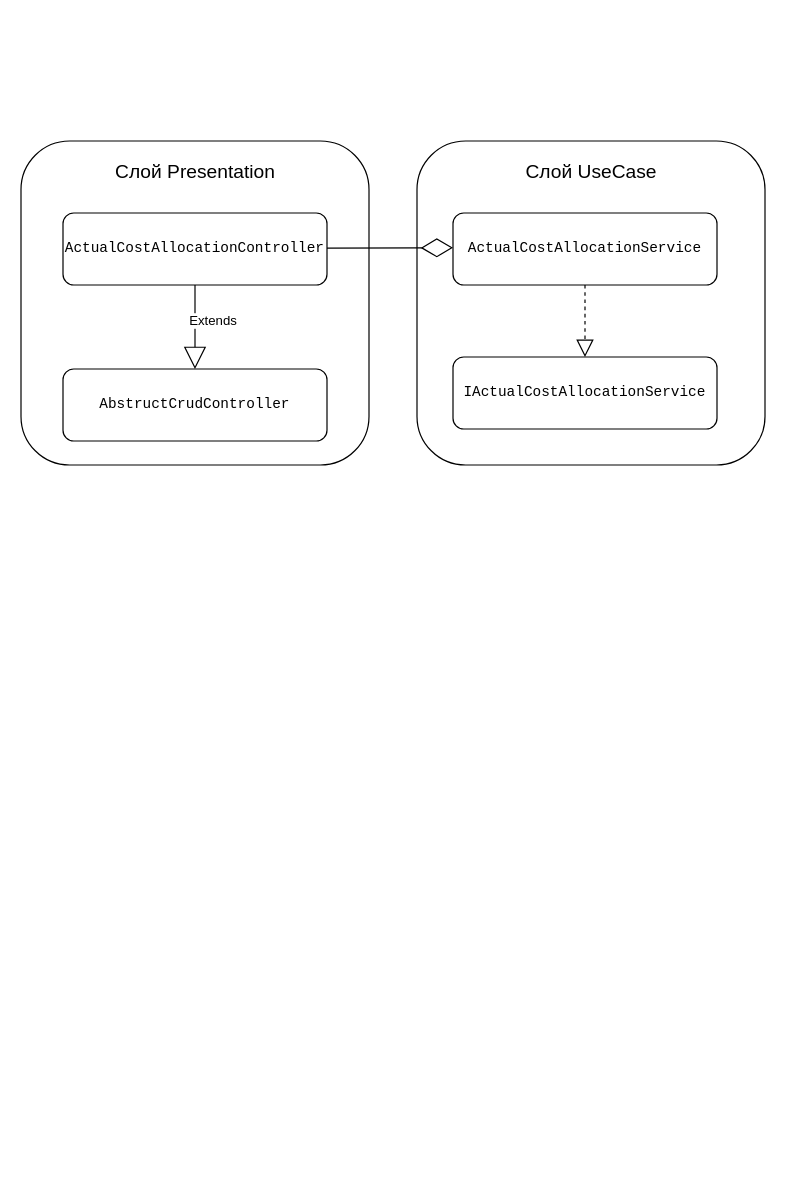
Before: бэкенд вкр.drawio in hiff0/db-city-council, a draw.io diagram. Source tidied: cells renumbered, new cells numbered last; positions are measured from the earlier drawing's top-left corner, leaving out a move shared by most shapes. Both pictures are drawn from the tidied source at 120%, with x=0, y=0 at pixel (20, 140).
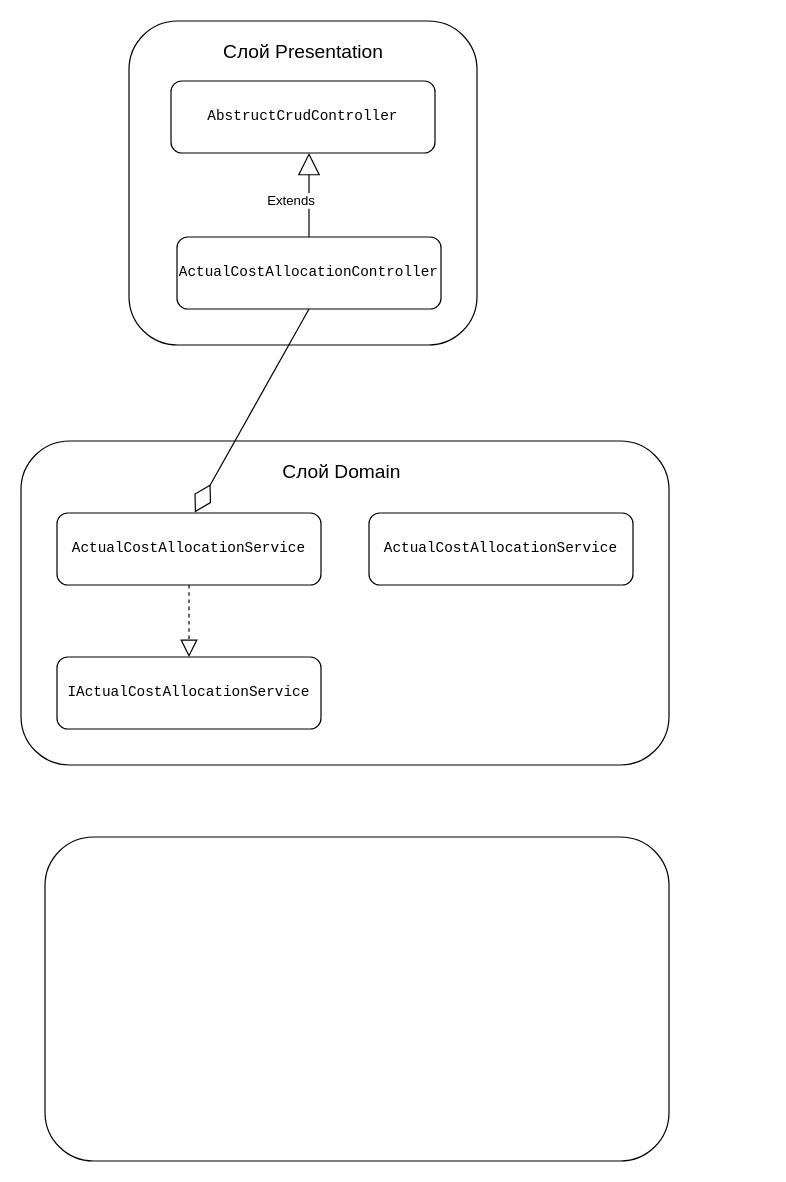
The same page after the edit.

Diff of the diagram source:
```diff
@@
 <mxGraphModel>
   <root>
     <mxCell id="0" />
     <mxCell id="1" parent="0" />
     <mxCell id="2" style="rounded=1;whiteSpace=wrap;html=1;fillColor=none;" parent="1" vertex="1">
-      <mxGeometry width="290" height="270" as="geometry" />
+      <mxGeometry x="90" y="-100" width="290" height="270" as="geometry" />
     </mxCell>
     <mxCell id="3" value="&lt;font style=&quot;font-size: 16px;&quot;&gt;Слой Presentation&lt;/font&gt;" style="text;html=1;align=center;verticalAlign=middle;whiteSpace=wrap;rounded=0;" parent="1" vertex="1">
-      <mxGeometry x="62.5" y="10" width="165" height="30" as="geometry" />
+      <mxGeometry x="152.5" y="-90" width="165" height="30" as="geometry" />
     </mxCell>
     <mxCell id="4" value="&lt;div style=&quot;&quot;&gt;&lt;pre style=&quot;font-family: &amp;quot;JetBrains Mono&amp;quot;, monospace;&quot;&gt;&lt;span style=&quot;background-color: rgb(255, 255, 255);&quot;&gt;ActualCostAllocationController&lt;/span&gt;&lt;/pre&gt;&lt;/div&gt;" style="rounded=1;whiteSpace=wrap;html=1;" parent="1" vertex="1">
-      <mxGeometry x="35" y="60" width="220" height="60" as="geometry" />
+      <mxGeometry x="130" y="80" width="220" height="60" as="geometry" />
     </mxCell>
-    <mxCell id="5" value="Extends" style="endArrow=block;endSize=16;endFill=0;html=1;rounded=0;exitX=0.5;exitY=1;exitDx=0;exitDy=0;entryX=0.5;entryY=0;entryDx=0;entryDy=0;" parent="1" edge="1" source="4" target="6">
-      <mxGeometry x="-0.14" y="15" relative="1" as="geometry" />
+    <mxCell id="5" value="Extends" style="endArrow=block;endSize=16;endFill=0;html=1;rounded=0;" parent="1" edge="1">
+      <mxGeometry x="-0.14" y="15" relative="1" as="geometry">
+        <mxPoint x="240" y="80" as="sourcePoint" />
+        <mxPoint x="240" y="10" as="targetPoint" />
+      </mxGeometry>
     </mxCell>
     <mxCell id="6" value="&lt;div style=&quot;&quot;&gt;&lt;pre style=&quot;font-family: &amp;quot;JetBrains Mono&amp;quot;, monospace;&quot;&gt;&lt;span style=&quot;background-color: rgb(255, 255, 255);&quot;&gt;AbstructCrudController&lt;/span&gt;&lt;/pre&gt;&lt;/div&gt;" style="rounded=1;whiteSpace=wrap;html=1;" parent="1" vertex="1">
-      <mxGeometry x="35" y="190" width="220" height="60" as="geometry" />
+      <mxGeometry x="125" y="-50" width="220" height="60" as="geometry" />
     </mxCell>
     <mxCell id="7" style="rounded=1;whiteSpace=wrap;html=1;fillColor=none;" parent="1" vertex="1">
-      <mxGeometry x="330" width="290" height="270" as="geometry" />
+      <mxGeometry y="250" width="540" height="270" as="geometry" />
     </mxCell>
-    <mxCell id="8" value="&lt;font style=&quot;font-size: 16px;&quot;&gt;Слой UseCase&lt;/font&gt;" style="text;html=1;align=center;verticalAlign=middle;whiteSpace=wrap;rounded=0;" parent="1" vertex="1">
-      <mxGeometry x="392.5" y="10" width="165" height="30" as="geometry" />
+    <mxCell id="8" value="&lt;font style=&quot;font-size: 16px;&quot;&gt;Слой Domain&lt;/font&gt;" style="text;html=1;align=center;verticalAlign=middle;whiteSpace=wrap;rounded=0;" parent="1" vertex="1">
+      <mxGeometry x="185" y="260" width="165" height="30" as="geometry" />
     </mxCell>
     <mxCell id="9" value="&lt;div style=&quot;&quot;&gt;&lt;pre style=&quot;font-family: &amp;quot;JetBrains Mono&amp;quot;, monospace;&quot;&gt;&lt;span style=&quot;background-color: rgb(255, 255, 255);&quot;&gt;ActualCostAllocationService&lt;/span&gt;&lt;/pre&gt;&lt;/div&gt;" style="rounded=1;whiteSpace=wrap;html=1;" parent="1" vertex="1">
-      <mxGeometry x="360" y="60" width="220" height="60" as="geometry" />
+      <mxGeometry x="30" y="310" width="220" height="60" as="geometry" />
     </mxCell>
     <mxCell id="10" value="&lt;div style=&quot;&quot;&gt;&lt;pre style=&quot;font-family: &amp;quot;JetBrains Mono&amp;quot;, monospace;&quot;&gt;&lt;span style=&quot;background-color: rgb(255, 255, 255);&quot;&gt;IActualCostAllocationService&lt;/span&gt;&lt;/pre&gt;&lt;/div&gt;" style="rounded=1;whiteSpace=wrap;html=1;" parent="1" vertex="1">
-      <mxGeometry x="360" y="180" width="220" height="60" as="geometry" />
+      <mxGeometry x="30" y="430" width="220" height="60" as="geometry" />
     </mxCell>
     <mxCell id="11" style="endArrow=block;dashed=1;endFill=0;endSize=12;html=1;rounded=0;exitX=0.5;exitY=1;exitDx=0;exitDy=0;entryX=0.5;entryY=0;entryDx=0;entryDy=0;" parent="1" edge="1" source="9" target="10">
       <mxGeometry relative="1" as="geometry" />
     </mxCell>
-    <mxCell id="12" style="endArrow=diamondThin;endFill=0;endSize=24;html=1;rounded=0;" parent="1" edge="1">
-      <mxGeometry relative="1" as="geometry">
-        <mxPoint x="255" y="89.3" as="sourcePoint" />
-        <mxPoint x="360" y="89" as="targetPoint" />
-      </mxGeometry>
+    <mxCell id="12" style="endArrow=diamondThin;endFill=0;endSize=24;html=1;rounded=0;exitX=0.5;exitY=1;exitDx=0;exitDy=0;entryX=0.522;entryY=-0.008;entryDx=0;entryDy=0;entryPerimeter=0;" parent="1" edge="1" source="4" target="9">
+      <mxGeometry relative="1" as="geometry" />
     </mxCell>
+    <mxCell id="13" style="rounded=1;whiteSpace=wrap;html=1;fillColor=none;" parent="1" vertex="1">
+      <mxGeometry x="20" y="580" width="520" height="270" as="geometry" />
+    </mxCell>
+    <mxCell id="14" value="&lt;div style=&quot;&quot;&gt;&lt;pre style=&quot;font-family: &amp;quot;JetBrains Mono&amp;quot;, monospace;&quot;&gt;&lt;span style=&quot;background-color: rgb(255, 255, 255);&quot;&gt;ActualCostAllocationService&lt;/span&gt;&lt;/pre&gt;&lt;/div&gt;" style="rounded=1;whiteSpace=wrap;html=1;" parent="1" vertex="1">
+      <mxGeometry x="290" y="310" width="220" height="60" as="geometry" />
+    </mxCell>
   </root>
 </mxGraphModel>
```
